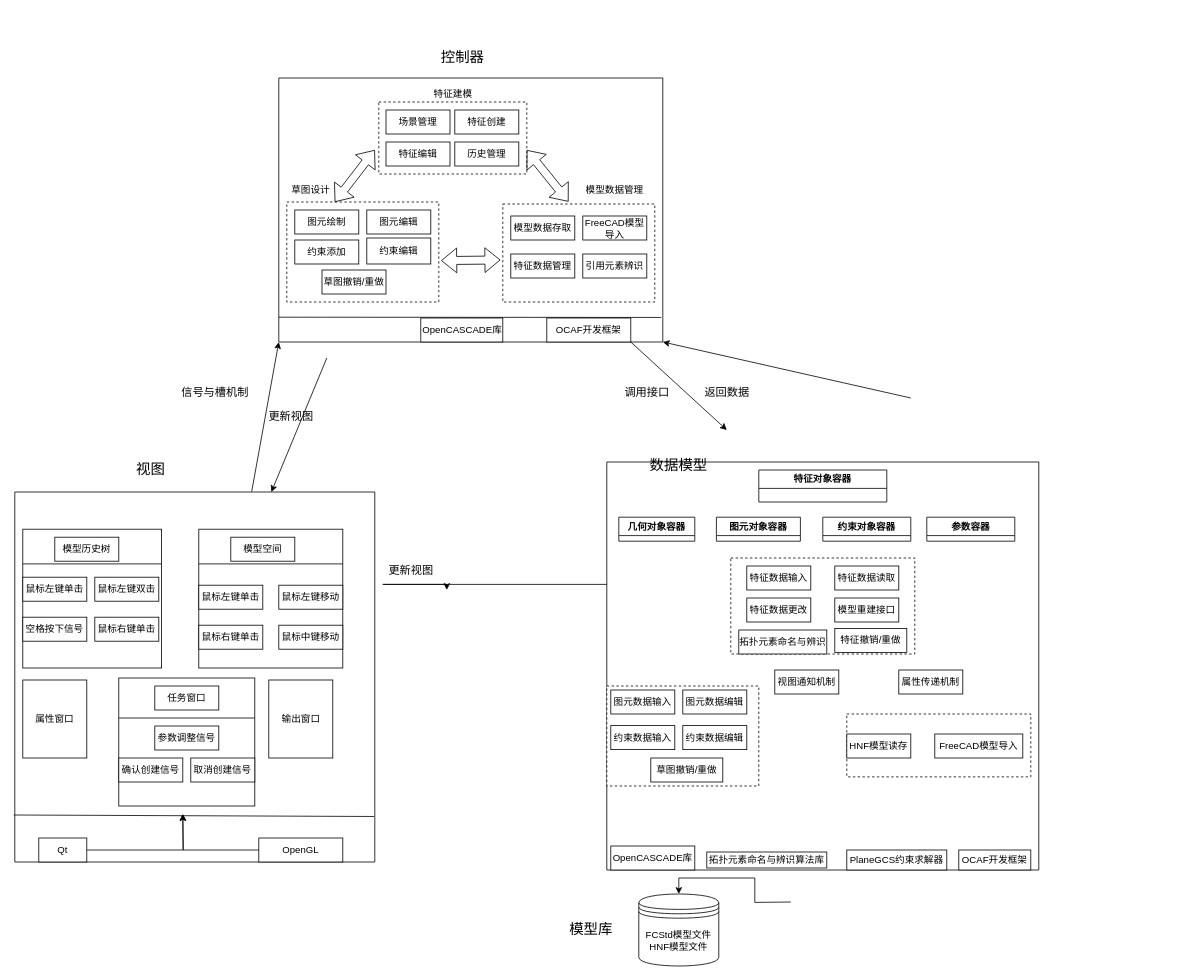
This is MVC架构不分层.drawio from liuhuliuhu123/First-test, a draw.io file, before an edit. Source tidied: cells renumbered, new cells numbered last; positions are measured from the earlier drawing's top-left corner, leaving out a move shared by most shapes. Both pictures are drawn from the tidied source at 80%, with x=0, y=0 at pixel (14, 46).
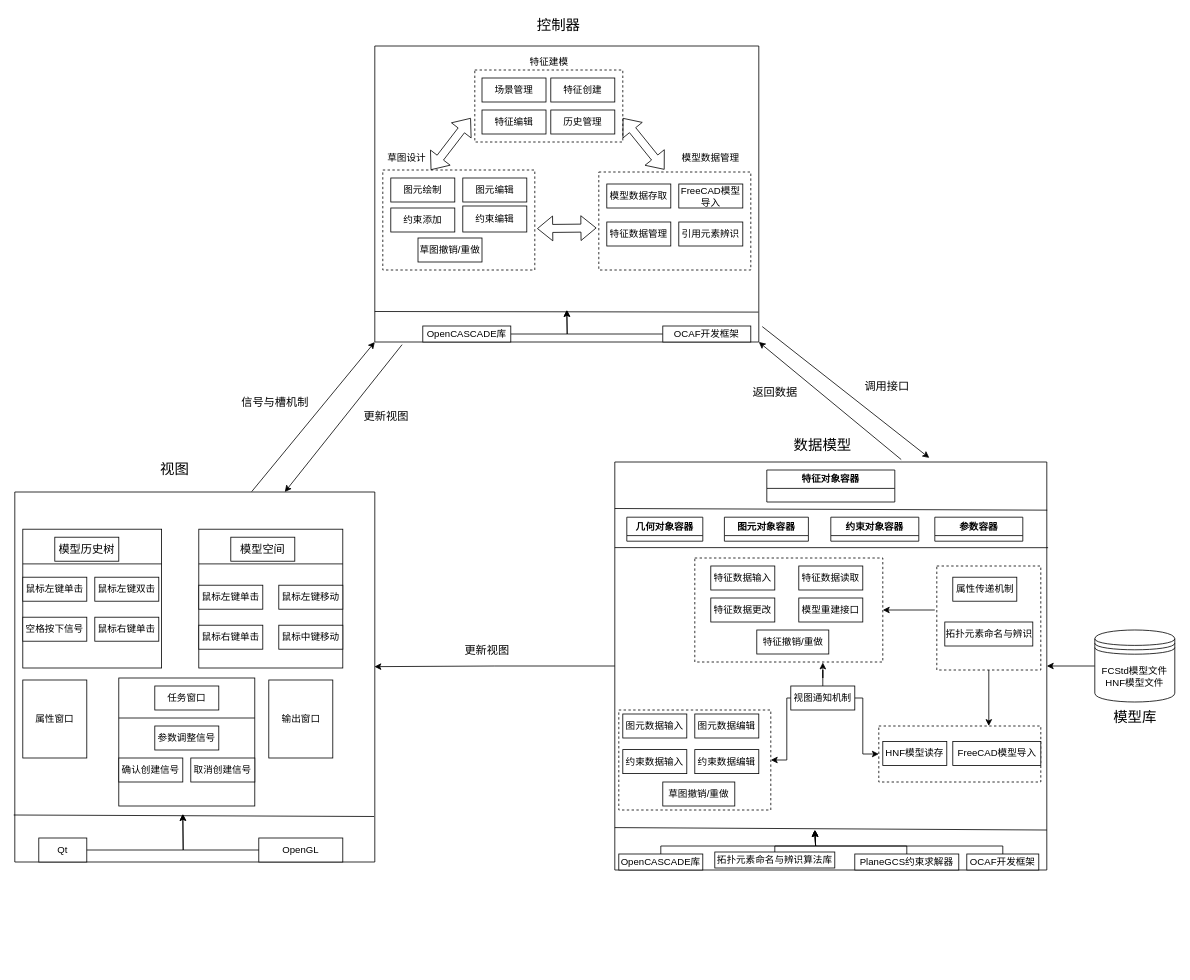
After the change.

Commit message:
更新MVC架构不分层.drawio

Unchanged cells that the change refers to:
```xml
<mxCell id="2" style="swimlane;startSize=0;" parent="1" vertex="1">
  <mxGeometry y="557.5" width="450" height="462.5" as="geometry" />
</mxCell>
<mxCell id="57" value="拓扑元素命名与辨识算法库" style="rounded=0;whiteSpace=wrap;html=1;" parent="55" vertex="1">
  <mxGeometry x="125" y="487.5" width="150" height="20" as="geometry" />
</mxCell>
```

What changed in the source:
```diff
@@
-    <mxCell id="8" value="模型历史树" style="rounded=0;whiteSpace=wrap;html=1;" parent="2" vertex="1">
+    <mxCell id="8" value="&lt;font style=&quot;font-size: 14px;&quot;&gt;模型历史树&lt;/font&gt;" style="rounded=0;whiteSpace=wrap;html=1;" parent="2" vertex="1">
       <mxGeometry x="50" y="56.5" width="80" height="30" as="geometry" />
     </mxCell>
@@
-    <mxCell id="15" value="模型空间" style="rounded=0;whiteSpace=wrap;html=1;" parent="2" vertex="1">
+    <mxCell id="15" value="&lt;font style=&quot;font-size: 14px;&quot;&gt;模型空间&lt;/font&gt;" style="rounded=0;whiteSpace=wrap;html=1;" parent="2" vertex="1">
       <mxGeometry x="270" y="56.5" width="80" height="30" as="geometry" />
     </mxCell>
@@
     <mxCell id="28" style="swimlane;startSize=0;" parent="1" vertex="1">
-      <mxGeometry x="330" y="40" width="480" height="330" as="geometry" />
+      <mxGeometry x="450" width="480" height="370" as="geometry" />
     </mxCell>
@@
+    <mxCell id="101" style="edgeStyle=orthogonalEdgeStyle;rounded=0;jettySize=auto;html=1;" parent="28" edge="1" source="49">
+      <mxGeometry relative="1" as="geometry">
+        <mxPoint x="240" y="330" as="targetPoint" />
+      </mxGeometry>
+    </mxCell>
     <mxCell id="49" value="OpenCASCADE库" style="rounded=0;whiteSpace=wrap;html=1;" parent="28" vertex="1">
-      <mxGeometry x="177.5" y="300" width="102.5" height="30" as="geometry" />
+      <mxGeometry x="60" y="350" width="110" height="20" as="geometry" />
     </mxCell>
+    <mxCell id="102" style="edgeStyle=orthogonalEdgeStyle;rounded=0;jettySize=auto;html=1;" parent="28" edge="1" source="50">
+      <mxGeometry relative="1" as="geometry">
+        <mxPoint x="240" y="330" as="targetPoint" />
+      </mxGeometry>
+    </mxCell>
     <mxCell id="50" value="OCAF开发框架" style="rounded=0;whiteSpace=wrap;html=1;" parent="28" vertex="1">
-      <mxGeometry x="335" y="300" width="105" height="30" as="geometry" />
+      <mxGeometry x="360" y="350" width="110" height="20" as="geometry" />
     </mxCell>
@@
-    <mxCell id="54" style="edgeStyle=orthogonalEdgeStyle;rounded=0;jettySize=auto;html=1;entryX=0.5;entryY=0;entryDx=0;entryDy=0;" parent="1" edge="1" target="86">
-      <mxGeometry relative="1" as="geometry">
-        <mxPoint x="970" y="1070" as="sourcePoint" />
-      </mxGeometry>
-    </mxCell>
     <mxCell id="55" style="swimlane;startSize=0;" parent="1" vertex="1">
-      <mxGeometry x="740" y="520" width="540" height="510" as="geometry" />
+      <mxGeometry x="750" y="520" width="540" height="510" as="geometry" />
     </mxCell>
-    <mxCell id="56" value="特征对象容器" style="swimlane;whiteSpace=wrap;html=1;" parent="55" vertex="1">
+    <mxCell id="56" value="特征对象容器" style="swimlane;whiteSpace=wrap;html=1;startSize=23;" parent="55" vertex="1">
       <mxGeometry x="190" y="10" width="160" height="40" as="geometry" />
     </mxCell>
+    <mxCell id="103" style="edgeStyle=orthogonalEdgeStyle;rounded=0;jettySize=auto;html=1;" parent="55" edge="1" source="57">
+      <mxGeometry relative="1" as="geometry">
+        <mxPoint x="250" y="460" as="targetPoint" />
+        <Array as="points">
+          <mxPoint x="200" y="480" />
+          <mxPoint x="251" y="480" />
+          <mxPoint x="251" y="460" />
+        </Array>
+      </mxGeometry>
+    </mxCell>
@@
+    <mxCell id="104" style="edgeStyle=orthogonalEdgeStyle;rounded=0;jettySize=auto;html=1;" parent="55" edge="1" source="58">
+      <mxGeometry relative="1" as="geometry">
+        <mxPoint x="250" y="460" as="targetPoint" />
+        <Array as="points">
+          <mxPoint x="57" y="480" />
+          <mxPoint x="251" y="480" />
+          <mxPoint x="251" y="460" />
+        </Array>
+      </mxGeometry>
+    </mxCell>
     <mxCell id="58" value="OpenCASCADE库" style="rounded=0;whiteSpace=wrap;html=1;" parent="55" vertex="1">
-      <mxGeometry x="5" y="480" width="105" height="30" as="geometry" />
+      <mxGeometry x="5" y="490" width="105" height="20" as="geometry" />
     </mxCell>
+    <mxCell id="105" style="edgeStyle=orthogonalEdgeStyle;rounded=0;jettySize=auto;html=1;" parent="55" edge="1" source="59">
+      <mxGeometry relative="1" as="geometry">
+        <mxPoint x="250" y="460" as="targetPoint" />
+        <Array as="points">
+          <mxPoint x="485" y="480" />
+          <mxPoint x="251" y="480" />
+          <mxPoint x="251" y="460" />
+        </Array>
+      </mxGeometry>
+    </mxCell>
     <mxCell id="59" value="OCAF开发框架" style="rounded=0;whiteSpace=wrap;html=1;" parent="55" vertex="1">
-      <mxGeometry x="440" y="485" width="90" height="25" as="geometry" />
+      <mxGeometry x="440" y="490" width="90" height="20" as="geometry" />
     </mxCell>
+    <mxCell id="106" style="edgeStyle=orthogonalEdgeStyle;rounded=0;jettySize=auto;html=1;" parent="55" edge="1" source="60">
+      <mxGeometry relative="1" as="geometry">
+        <mxPoint x="250" y="460" as="targetPoint" />
+        <Array as="points">
+          <mxPoint x="365" y="480" />
+          <mxPoint x="251" y="480" />
+          <mxPoint x="251" y="460" />
+        </Array>
+      </mxGeometry>
+    </mxCell>
     <mxCell id="60" value="PlaneGCS约束求解器" style="rounded=0;whiteSpace=wrap;html=1;" parent="55" vertex="1">
-      <mxGeometry x="300" y="485" width="125" height="25" as="geometry" />
+      <mxGeometry x="300" y="490" width="130" height="20" as="geometry" />
     </mxCell>
@@
     <mxCell id="65" style="rounded=0;whiteSpace=wrap;html=1;dashed=1;" parent="55" vertex="1">
-      <mxGeometry x="155" y="120" width="230" height="120" as="geometry" />
+      <mxGeometry x="100" y="120" width="235" height="130" as="geometry" />
     </mxCell>
     <mxCell id="66" value="特征数据输入" style="rounded=0;whiteSpace=wrap;html=1;" parent="55" vertex="1">
-      <mxGeometry x="175" y="130" width="80" height="30" as="geometry" />
+      <mxGeometry x="120" y="130" width="80" height="30" as="geometry" />
     </mxCell>
     <mxCell id="67" value="特征数据读取" style="rounded=0;whiteSpace=wrap;html=1;" parent="55" vertex="1">
-      <mxGeometry x="285" y="130" width="80" height="30" as="geometry" />
+      <mxGeometry x="230" y="130" width="80" height="30" as="geometry" />
     </mxCell>
     <mxCell id="68" value="特征数据更改" style="rounded=0;whiteSpace=wrap;html=1;" parent="55" vertex="1">
-      <mxGeometry x="175" y="170" width="80" height="30" as="geometry" />
+      <mxGeometry x="120" y="170" width="80" height="30" as="geometry" />
     </mxCell>
     <mxCell id="69" value="模型重建接口" style="rounded=0;whiteSpace=wrap;html=1;" parent="55" vertex="1">
-      <mxGeometry x="285" y="170" width="80" height="30" as="geometry" />
+      <mxGeometry x="230" y="170" width="80" height="30" as="geometry" />
     </mxCell>
     <mxCell id="70" value="特征撤销/重做" style="rounded=0;whiteSpace=wrap;html=1;" parent="55" vertex="1">
-      <mxGeometry x="285" y="208" width="90" height="30" as="geometry" />
+      <mxGeometry x="177.5" y="210" width="90" height="30" as="geometry" />
     </mxCell>
-    <mxCell id="71" value="拓扑元素命名与辨识" style="rounded=0;whiteSpace=wrap;html=1;" parent="55" vertex="1">
-      <mxGeometry x="165" y="210" width="110" height="30" as="geometry" />
-    </mxCell>
     <mxCell id="72" style="rounded=0;whiteSpace=wrap;html=1;dashed=1;" parent="55" vertex="1">
-      <mxGeometry y="280" width="190" height="125" as="geometry" />
+      <mxGeometry x="5" y="310" width="190" height="125" as="geometry" />
     </mxCell>
     <mxCell id="73" value="图元数据输入" style="rounded=0;whiteSpace=wrap;html=1;" parent="55" vertex="1">
-      <mxGeometry x="5" y="285" width="80" height="30" as="geometry" />
+      <mxGeometry x="10" y="315" width="80" height="30" as="geometry" />
     </mxCell>
     <mxCell id="74" value="图元数据编辑" style="rounded=0;whiteSpace=wrap;html=1;" parent="55" vertex="1">
-      <mxGeometry x="95" y="285" width="80" height="30" as="geometry" />
+      <mxGeometry x="100" y="315" width="80" height="30" as="geometry" />
     </mxCell>
     <mxCell id="75" value="约束数据编辑" style="rounded=0;whiteSpace=wrap;html=1;" parent="55" vertex="1">
-      <mxGeometry x="95" y="329.5" width="80" height="30" as="geometry" />
+      <mxGeometry x="100" y="359.5" width="80" height="30" as="geometry" />
     </mxCell>
     <mxCell id="76" value="约束数据输入" style="rounded=0;whiteSpace=wrap;html=1;" parent="55" vertex="1">
-      <mxGeometry x="5" y="329.5" width="80" height="30" as="geometry" />
+      <mxGeometry x="10" y="359.5" width="80" height="30" as="geometry" />
     </mxCell>
     <mxCell id="77" value="草图撤销/重做" style="rounded=0;whiteSpace=wrap;html=1;" parent="55" vertex="1">
-      <mxGeometry x="55" y="370" width="90" height="30" as="geometry" />
+      <mxGeometry x="60" y="400" width="90" height="30" as="geometry" />
     </mxCell>
     <mxCell id="78" style="rounded=0;whiteSpace=wrap;html=1;dashed=1;" parent="55" vertex="1">
-      <mxGeometry x="300" y="315" width="230" height="78.6" as="geometry" />
+      <mxGeometry x="330" y="330" width="202.5" height="70" as="geometry" />
     </mxCell>
     <mxCell id="79" value="HNF模型读存" style="rounded=0;whiteSpace=wrap;html=1;" parent="55" vertex="1">
-      <mxGeometry x="300" y="340" width="80" height="30" as="geometry" />
+      <mxGeometry x="335" y="349.3" width="80" height="30" as="geometry" />
     </mxCell>
     <mxCell id="80" value="FreeCAD模型导入" style="rounded=0;whiteSpace=wrap;html=1;" parent="55" vertex="1">
-      <mxGeometry x="410" y="340" width="110" height="30" as="geometry" />
+      <mxGeometry x="422.5" y="349.3" width="110" height="30" as="geometry" />
     </mxCell>
+    <mxCell id="107" style="edgeStyle=orthogonalEdgeStyle;rounded=0;jettySize=auto;html=1;entryX=1;entryY=0.5;entryDx=0;entryDy=0;" parent="55" edge="1" source="81" target="72">
+      <mxGeometry relative="1" as="geometry">
+        <Array as="points">
+          <mxPoint x="215" y="295" />
+          <mxPoint x="215" y="373" />
+        </Array>
+      </mxGeometry>
+    </mxCell>
+    <mxCell id="108" style="edgeStyle=orthogonalEdgeStyle;rounded=0;jettySize=auto;html=1;entryX=0;entryY=0.5;entryDx=0;entryDy=0;" parent="55" edge="1" source="81" target="78">
+      <mxGeometry relative="1" as="geometry">
+        <Array as="points">
+          <mxPoint x="310" y="295" />
+          <mxPoint x="310" y="365" />
+        </Array>
+      </mxGeometry>
+    </mxCell>
     <mxCell id="81" value="视图通知机制" style="rounded=0;whiteSpace=wrap;html=1;" parent="55" vertex="1">
-      <mxGeometry x="210" y="260" width="80" height="30" as="geometry" />
+      <mxGeometry x="220" y="280" width="80" height="30" as="geometry" />
     </mxCell>
+    <mxCell id="109" style="rounded=0;whiteSpace=wrap;html=1;dashed=1;" parent="55" vertex="1">
+      <mxGeometry x="402.5" y="130" width="130" height="130" as="geometry" />
+    </mxCell>
     <mxCell id="82" value="属性传递机制" style="rounded=0;whiteSpace=wrap;html=1;" parent="55" vertex="1">
-      <mxGeometry x="365" y="260" width="80" height="30" as="geometry" />
+      <mxGeometry x="422.5" y="144" width="80" height="30" as="geometry" />
     </mxCell>
+    <mxCell id="71" value="拓扑元素命名与辨识" style="rounded=0;whiteSpace=wrap;html=1;" parent="55" vertex="1">
+      <mxGeometry x="412.5" y="200" width="110" height="30" as="geometry" />
+    </mxCell>
+    <mxCell id="110" style="endArrow=classic;html=1;rounded=0;entryX=1;entryY=0.5;entryDx=0;entryDy=0;" parent="55" edge="1" target="65">
+      <mxGeometry relative="1" as="geometry">
+        <mxPoint x="400" y="185" as="sourcePoint" />
+      </mxGeometry>
+    </mxCell>
+    <mxCell id="111" style="edgeStyle=orthogonalEdgeStyle;rounded=0;jettySize=auto;html=1;entryX=0.681;entryY=1.005;entryDx=0;entryDy=0;entryPerimeter=0;" parent="55" edge="1" source="81" target="65">
+      <mxGeometry relative="1" as="geometry" />
+    </mxCell>
+    <mxCell id="112" style="edgeStyle=orthogonalEdgeStyle;rounded=0;jettySize=auto;html=1;entryX=0.679;entryY=0;entryDx=0;entryDy=0;entryPerimeter=0;" parent="55" edge="1" source="109" target="78">
+      <mxGeometry relative="1" as="geometry" />
+    </mxCell>
     <mxCell id="83" value="&lt;font style=&quot;font-size: 18px;&quot;&gt;视图&lt;/font&gt;" style="text;html=1;strokeColor=none;fillColor=none;align=center;verticalAlign=middle;whiteSpace=wrap;rounded=0;" parent="1" vertex="1">
-      <mxGeometry x="140" y="515" width="60" height="30" as="geometry" />
+      <mxGeometry x="170" y="515" width="60" height="30" as="geometry" />
     </mxCell>
     <mxCell id="84" value="&lt;font style=&quot;font-size: 18px;&quot;&gt;数据模型&lt;/font&gt;" style="text;html=1;strokeColor=none;fillColor=none;align=center;verticalAlign=middle;whiteSpace=wrap;rounded=0;" parent="1" vertex="1">
-      <mxGeometry x="770" y="510" width="120" height="30" as="geometry" />
+      <mxGeometry x="950" y="485" width="120" height="30" as="geometry" />
     </mxCell>
     <mxCell id="85" value="&lt;font style=&quot;font-size: 18px;&quot;&gt;控制器&lt;/font&gt;" style="text;html=1;strokeColor=none;fillColor=none;align=center;verticalAlign=middle;whiteSpace=wrap;rounded=0;" parent="1" vertex="1">
-      <mxGeometry x="530" width="60" height="30" as="geometry" />
+      <mxGeometry x="650" y="-40" width="60" height="30" as="geometry" />
     </mxCell>
+    <mxCell id="113" style="edgeStyle=orthogonalEdgeStyle;rounded=0;jettySize=auto;html=1;" parent="1" edge="1" source="86" target="55">
+      <mxGeometry relative="1" as="geometry" />
+    </mxCell>
     <mxCell id="86" value="FCStd模型文件&lt;br&gt;HNF模型文件" style="shape=datastore;whiteSpace=wrap;html=1;" parent="1" vertex="1">
-      <mxGeometry x="780" y="1060" width="100" height="90" as="geometry" />
+      <mxGeometry x="1350" y="730" width="100" height="90" as="geometry" />
     </mxCell>
     <mxCell id="87" value="&lt;font style=&quot;font-size: 18px;&quot;&gt;模型库&lt;/font&gt;" style="text;html=1;align=center;verticalAlign=middle;strokeColor=none;fillColor=none;" parent="1" vertex="1">
-      <mxGeometry x="680" y="1085" width="80" height="40" as="geometry" />
+      <mxGeometry x="1360" y="820" width="80" height="40" as="geometry" />
     </mxCell>
     <mxCell id="88" value="&lt;font style=&quot;font-size: 14px;&quot;&gt;更新视图&lt;/font&gt;" style="text;html=1;align=center;verticalAlign=middle;strokeColor=none;fillColor=none;" parent="1" vertex="1">
-      <mxGeometry x="455" y="640" width="80" height="30" as="geometry" />
+      <mxGeometry x="550" y="740" width="80" height="30" as="geometry" />
     </mxCell>
-    <mxCell id="89" style="endArrow=none;html=1;rounded=0;entryX=0.996;entryY=0.907;entryDx=0;entryDy=0;entryPerimeter=0;" parent="1" edge="1" target="28">
-      <mxGeometry relative="1" as="geometry">
-        <mxPoint x="330" y="339" as="sourcePoint" />
-      </mxGeometry>
+    <mxCell id="89" style="endArrow=none;html=1;rounded=0;exitX=0;exitY=0.897;exitDx=0;exitDy=0;exitPerimeter=0;entryX=0.999;entryY=0.899;entryDx=0;entryDy=0;entryPerimeter=0;" parent="1" edge="1" source="28" target="28">
+      <mxGeometry relative="1" as="geometry" />
     </mxCell>
-    <mxCell id="90" style="edgeStyle=orthogonalEdgeStyle;rounded=0;jettySize=auto;html=1;" parent="1" edge="1" source="55">
-      <mxGeometry relative="1" as="geometry">
-        <mxPoint x="540" y="680" as="targetPoint" />
-        <Array as="points">
-          <mxPoint x="460" y="673" />
-          <mxPoint x="460" y="673" />
-        </Array>
-      </mxGeometry>
-    </mxCell>
-    <mxCell id="91" style="endArrow=classic;html=1;rounded=0;entryX=1;entryY=1;entryDx=0;entryDy=0;" parent="1" edge="1" target="28">
-      <mxGeometry relative="1" as="geometry">
-        <mxPoint x="1120" y="440" as="sourcePoint" />
-      </mxGeometry>
+    <mxCell id="91" style="endArrow=classic;html=1;rounded=0;entryX=1;entryY=1;entryDx=0;entryDy=0;exitX=0.663;exitY=-0.006;exitDx=0;exitDy=0;exitPerimeter=0;" parent="1" edge="1" source="55" target="28">
+      <mxGeometry relative="1" as="geometry" />
     </mxCell>
-    <mxCell id="92" style="endArrow=classic;html=1;rounded=0;exitX=1;exitY=1;exitDx=0;exitDy=0;" parent="1" edge="1" source="50">
-      <mxGeometry relative="1" as="geometry">
-        <mxPoint x="890" y="480" as="targetPoint" />
-      </mxGeometry>
+    <mxCell id="92" style="endArrow=classic;html=1;rounded=0;entryX=0.728;entryY=-0.01;entryDx=0;entryDy=0;entryPerimeter=0;exitX=1.009;exitY=0.948;exitDx=0;exitDy=0;exitPerimeter=0;" parent="1" edge="1" source="28" target="55">
+      <mxGeometry relative="1" as="geometry" />
     </mxCell>
@@
-    <mxCell id="94" style="endArrow=classic;html=1;rounded=0;" parent="1" edge="1" target="2">
-      <mxGeometry relative="1" as="geometry">
-        <mxPoint x="390" y="390" as="sourcePoint" />
-      </mxGeometry>
+    <mxCell id="94" style="endArrow=classic;html=1;rounded=0;exitX=0.071;exitY=1.009;exitDx=0;exitDy=0;exitPerimeter=0;entryX=0.75;entryY=0;entryDx=0;entryDy=0;" parent="1" edge="1" source="28" target="2">
+      <mxGeometry relative="1" as="geometry" />
     </mxCell>
     <mxCell id="95" value="&lt;font style=&quot;font-size: 14px;&quot;&gt;信号与槽机制&lt;/font&gt;" style="text;html=1;align=center;verticalAlign=middle;strokeColor=none;fillColor=none;" parent="1" vertex="1">
-      <mxGeometry x="195" y="418" width="110" height="30" as="geometry" />
+      <mxGeometry x="270" y="430" width="110" height="30" as="geometry" />
     </mxCell>
     <mxCell id="96" value="&lt;font style=&quot;font-size: 14px;&quot;&gt;更新视图&lt;/font&gt;" style="text;html=1;align=center;verticalAlign=middle;strokeColor=none;fillColor=none;" parent="1" vertex="1">
-      <mxGeometry x="305" y="448" width="80" height="30" as="geometry" />
+      <mxGeometry x="424" y="448" width="80" height="30" as="geometry" />
     </mxCell>
     <mxCell id="97" value="&lt;font style=&quot;font-size: 14px;&quot;&gt;调用接口&lt;/font&gt;" style="text;html=1;align=center;verticalAlign=middle;strokeColor=none;fillColor=none;" parent="1" vertex="1">
-      <mxGeometry x="750" y="418" width="80" height="30" as="geometry" />
+      <mxGeometry x="1050" y="410" width="80" height="30" as="geometry" />
     </mxCell>
     <mxCell id="98" value="&lt;font style=&quot;font-size: 14px;&quot;&gt;返回数据&lt;/font&gt;" style="text;html=1;align=center;verticalAlign=middle;strokeColor=none;fillColor=none;" parent="1" vertex="1">
-      <mxGeometry x="850" y="418" width="80" height="30" as="geometry" />
+      <mxGeometry x="910" y="418" width="80" height="30" as="geometry" />
     </mxCell>
@@
+    <mxCell id="114" style="endArrow=none;html=1;rounded=0;entryX=1;entryY=0.902;entryDx=0;entryDy=0;entryPerimeter=0;" parent="1" edge="1" target="55">
+      <mxGeometry relative="1" as="geometry">
+        <mxPoint x="750" y="977" as="sourcePoint" />
+      </mxGeometry>
+    </mxCell>
+    <mxCell id="115" style="endArrow=none;html=1;rounded=0;entryX=1.003;entryY=0.21;entryDx=0;entryDy=0;entryPerimeter=0;" parent="1" edge="1" target="55">
+      <mxGeometry relative="1" as="geometry">
+        <mxPoint x="750" y="627" as="sourcePoint" />
+      </mxGeometry>
+    </mxCell>
+    <mxCell id="116" style="endArrow=none;html=1;rounded=0;exitX=0;exitY=0.114;exitDx=0;exitDy=0;exitPerimeter=0;entryX=1.001;entryY=0.118;entryDx=0;entryDy=0;entryPerimeter=0;" parent="1" edge="1" source="55" target="55">
+      <mxGeometry relative="1" as="geometry" />
+    </mxCell>
+    <mxCell id="117" style="edgeStyle=orthogonalEdgeStyle;rounded=0;jettySize=auto;html=1;entryX=0.999;entryY=0.472;entryDx=0;entryDy=0;entryPerimeter=0;" parent="1" edge="1" source="55" target="2">
+      <mxGeometry relative="1" as="geometry" />
+    </mxCell>
```
